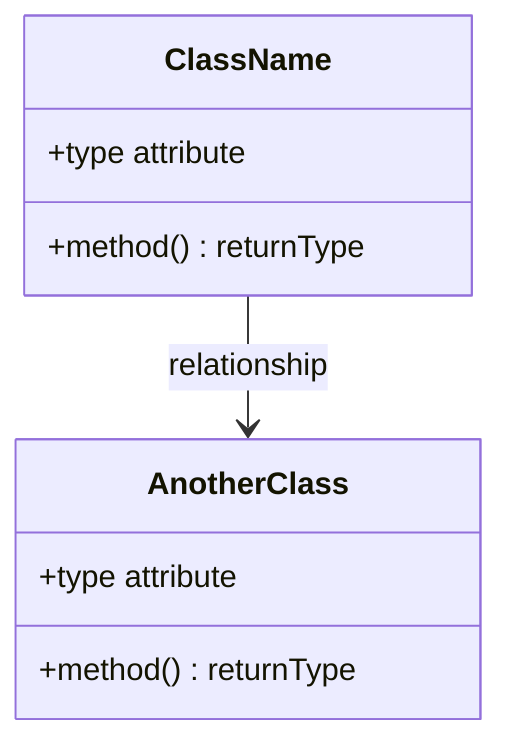
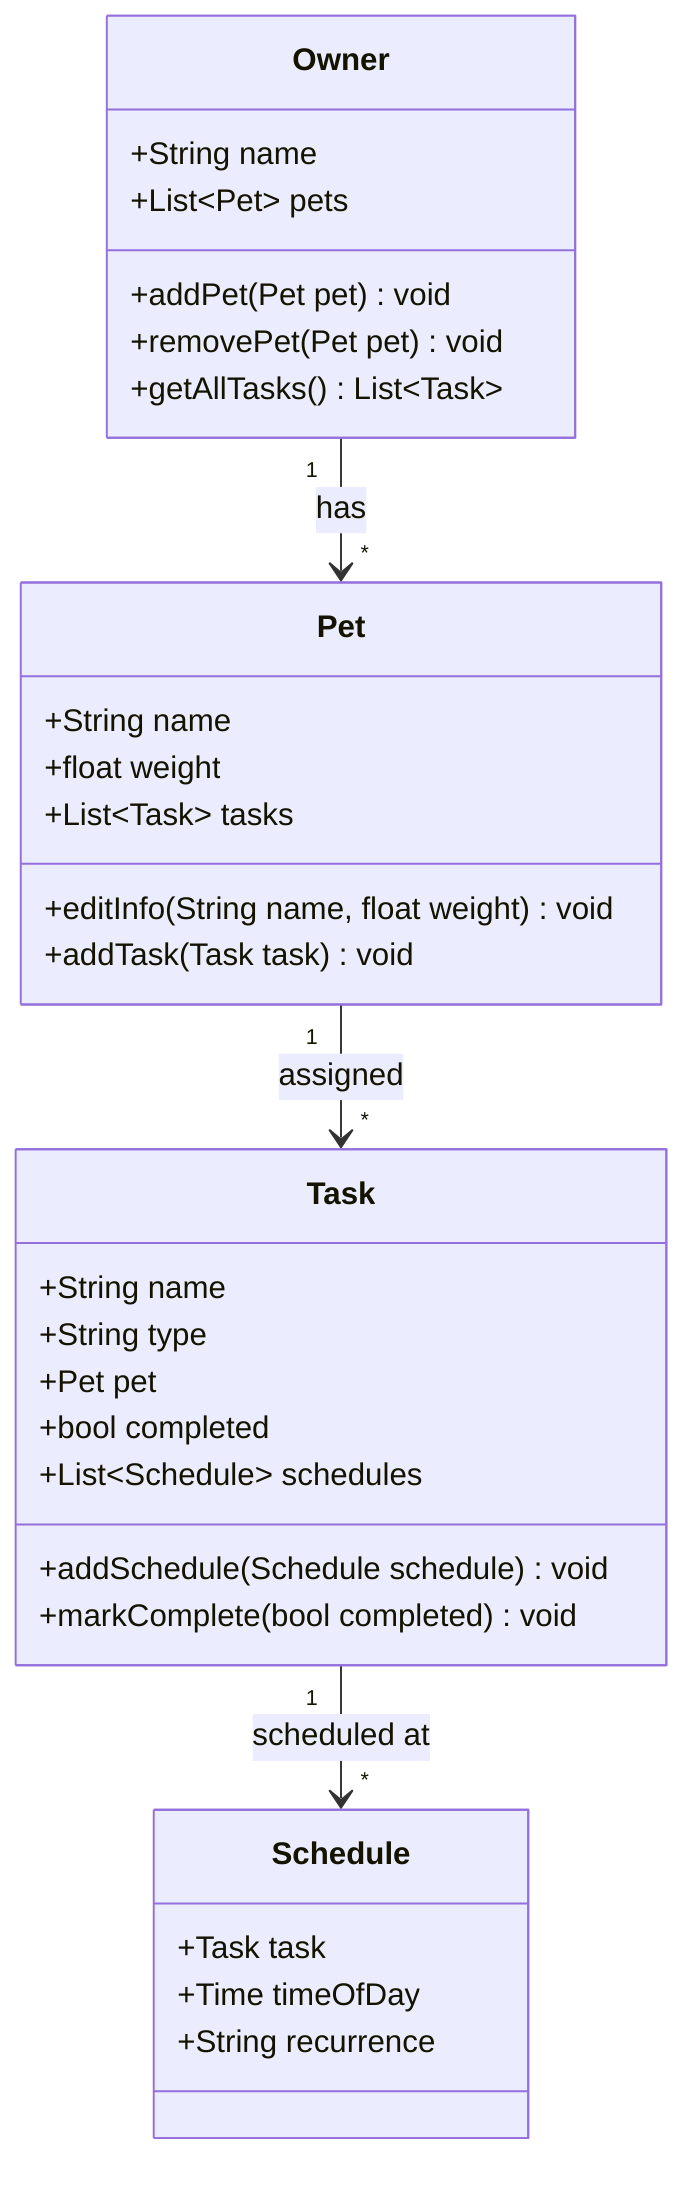
+ %% ---------------------------------------------------------------------------
+ %% PawPal+ system design
+ %% Owner has Pets, each Pet has Tasks, each Task has one or more Schedules.
+ %% ---------------------------------------------------------------------------
+ 
classDiagram
-     %% Replace the placeholders below with your actual classes, attributes, methods, and relationships.
-     %% Keep this file updated so it matches your final implementation.
- 
-     class ClassName {
-         +type attribute
-         +method() returnType
+     class Owner {
+         +String name
+         +List~Pet~ pets
+         +addPet(Pet pet) void
+         +removePet(Pet pet) void
+         +getAllTasks() List~Task~
    }

-     class AnotherClass {
-         +type attribute
-         +method() returnType
+     class Pet {
+         +String name
+         +float weight
+         +List~Task~ tasks
+         +editInfo(String name, float weight) void
+         +addTask(Task task) void
    }

-     ClassName --> AnotherClass : relationship
+     class Task {
+         +String name
+         +String type
+         +Pet pet
+         +bool completed
+         +List~Schedule~ schedules
+         +addSchedule(Schedule schedule) void
+         +markComplete(bool completed) void
+     }
+ 
+     class Schedule {
+         +Task task
+         +Time timeOfDay
+         +String recurrence
+     }
+ 
+     Owner "1" --> "*" Pet : has
+     Pet "1" --> "*" Task : assigned
+     Task "1" --> "*" Schedule : scheduled at
